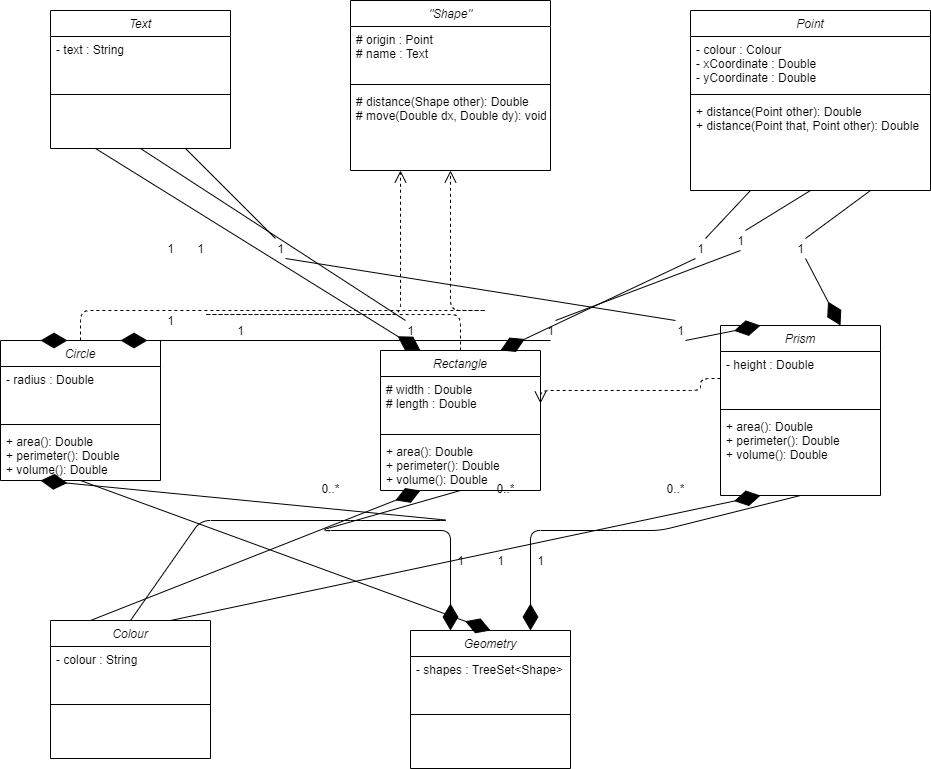
TheJade/ENSF409 keeps this draw.io diagram as Lab4/exercise1/UMLexercise1.png. Above is the earlier version. Source tidied: cells renumbered, new cells last; positions are measured from the earlier drawing's top-left corner, leaving out a move shared by most shapes.
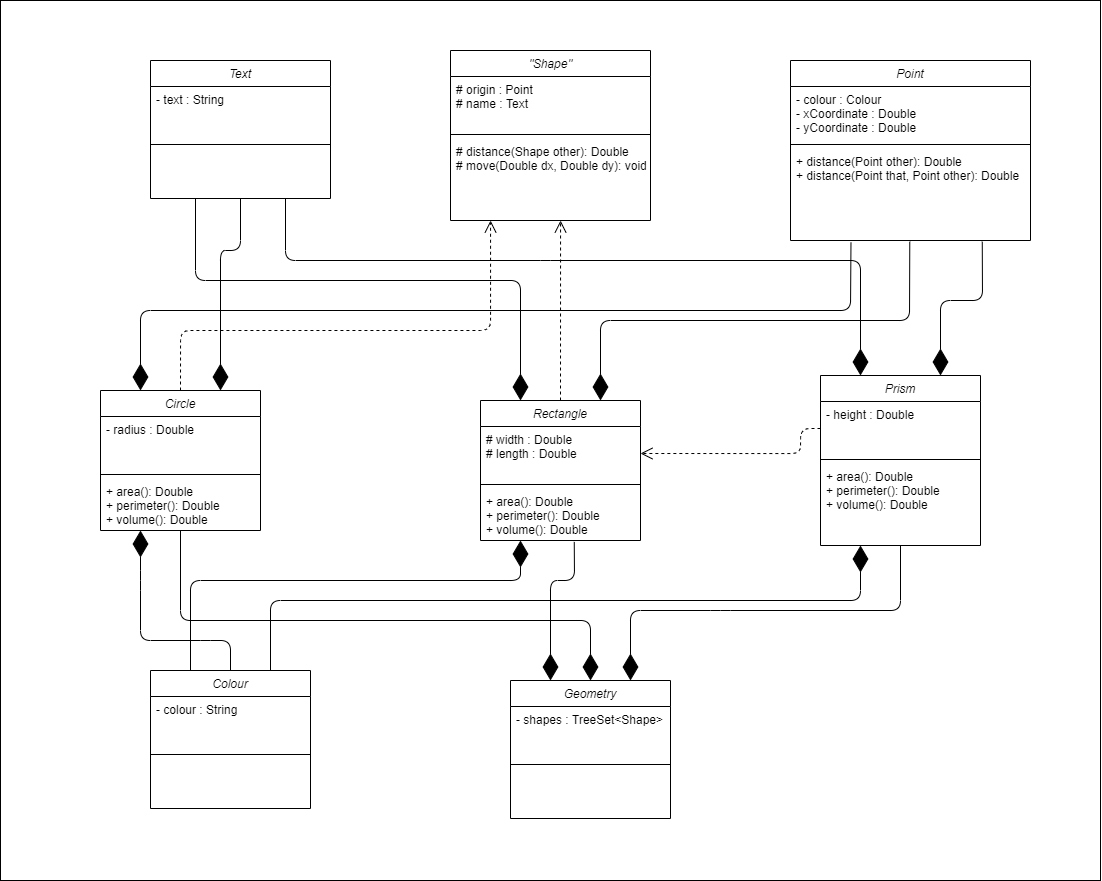
After the commit.

Change to the diagram source:
```diff
@@ -2,6 +2,9 @@
   <root>
     <mxCell id="0" />
     <mxCell id="1" parent="0" />
+    <mxCell id="72" style="rounded=0;whiteSpace=wrap;html=1;" parent="1" vertex="1">
+      <mxGeometry x="-100" y="-50" width="1100" height="880" as="geometry" />
+    </mxCell>
     <mxCell id="2" value="Circle" style="swimlane;fontStyle=2;align=center;verticalAlign=top;horizontal=1;startSize=26;rounded=0;shadow=0;strokeWidth=1;" parent="1" vertex="1">
       <mxGeometry y="340" width="160" height="140" as="geometry" />
     </mxCell>
@@ -95,19 +98,21 @@
     <mxCell id="32" style="line;html=1;strokeWidth=1;align=left;verticalAlign=middle;spacingTop=-1;spacingLeft=3;spacingRight=3;labelPosition=right;" parent="30" vertex="1">
       <mxGeometry y="80" width="180" height="8" as="geometry" />
     </mxCell>
-    <mxCell id="33" style="endArrow=open;dashed=1;html=1;exitX=0.5;exitY=0;exitDx=0;exitDy=0;edgeStyle=orthogonalEdgeStyle;endFill=0;startSize=6;endSize=10;entryX=0.25;entryY=1;entryDx=0;entryDy=0;" parent="1" edge="1" source="22" target="26">
+    <mxCell id="33" style="endArrow=open;dashed=1;html=1;exitX=0.5;exitY=0;exitDx=0;exitDy=0;edgeStyle=orthogonalEdgeStyle;endFill=0;startSize=6;endSize=10;" parent="1" edge="1" source="22">
       <mxGeometry relative="1" as="geometry">
+        <mxPoint x="460" y="170" as="targetPoint" />
         <Array as="points">
-          <mxPoint x="200" y="314" />
-          <mxPoint x="440" y="314" />
+          <mxPoint x="460" y="170" />
         </Array>
       </mxGeometry>
     </mxCell>
-    <mxCell id="34" style="endArrow=open;dashed=1;html=1;exitX=0.5;exitY=0;exitDx=0;exitDy=0;edgeStyle=orthogonalEdgeStyle;endFill=0;startSize=6;endSize=10;entryX=0.5;entryY=1;entryDx=0;entryDy=0;" parent="1" edge="1" source="2" target="26">
+    <mxCell id="34" style="endArrow=open;dashed=1;html=1;exitX=0.5;exitY=0;exitDx=0;exitDy=0;edgeStyle=orthogonalEdgeStyle;endFill=0;startSize=6;endSize=10;" parent="1" edge="1" source="2">
       <mxGeometry relative="1" as="geometry">
+        <mxPoint x="390" y="170" as="targetPoint" />
         <Array as="points">
-          <mxPoint x="490" y="310" />
-          <mxPoint x="480" y="310" />
+          <mxPoint x="80" y="280" />
+          <mxPoint x="390" y="280" />
+          <mxPoint x="390" y="170" />
         </Array>
       </mxGeometry>
     </mxCell>
@@ -115,135 +120,109 @@
       <mxGeometry relative="1" as="geometry">
         <Array as="points">
           <mxPoint x="700" y="378" />
-          <mxPoint x="700" y="390" />
-          <mxPoint x="540" y="390" />
+          <mxPoint x="700" y="403" />
         </Array>
       </mxGeometry>
     </mxCell>
-    <mxCell id="36" style="endArrow=diamondThin;endFill=1;endSize=24;html=1;exitX=0.5;exitY=1;exitDx=0;exitDy=0;entryX=0.25;entryY=0;entryDx=0;entryDy=0;" parent="1" edge="1" source="22" target="10">
+    <mxCell id="36" style="endArrow=diamondThin;endFill=1;endSize=24;html=1;exitX=0.586;exitY=1.027;exitDx=0;exitDy=0;entryX=0.25;entryY=0;entryDx=0;entryDy=0;exitPerimeter=0;" parent="1" edge="1" source="25" target="10">
       <mxGeometry relative="1" as="geometry">
         <Array as="points">
-          <mxPoint x="320" y="530" />
+          <mxPoint x="474" y="530" />
           <mxPoint x="450" y="530" />
         </Array>
       </mxGeometry>
     </mxCell>
     <mxCell id="37" style="endArrow=diamondThin;endFill=1;endSize=24;html=1;entryX=0.5;entryY=0;entryDx=0;entryDy=0;exitX=0.5;exitY=1;exitDx=0;exitDy=0;" parent="1" edge="1" source="2" target="10">
-      <mxGeometry relative="1" as="geometry" />
+      <mxGeometry relative="1" as="geometry">
+        <Array as="points">
+          <mxPoint x="80" y="570" />
+          <mxPoint x="490" y="570" />
+        </Array>
+      </mxGeometry>
     </mxCell>
     <mxCell id="38" style="endArrow=diamondThin;endFill=1;endSize=24;html=1;entryX=0.75;entryY=0;entryDx=0;entryDy=0;exitX=0.5;exitY=1;exitDx=0;exitDy=0;" parent="1" edge="1" source="18" target="10">
       <mxGeometry relative="1" as="geometry">
         <Array as="points">
-          <mxPoint x="660" y="530" />
-          <mxPoint x="610" y="530" />
-          <mxPoint x="530" y="530" />
+          <mxPoint x="800" y="560" />
+          <mxPoint x="620" y="560" />
+          <mxPoint x="530" y="560" />
         </Array>
       </mxGeometry>
     </mxCell>
-    <mxCell id="39" value="0..*" style="text;html=1;align=center;verticalAlign=middle;strokeColor=none;" parent="1" vertex="1">
-      <mxGeometry x="315" y="478" width="30" height="20" as="geometry" />
-    </mxCell>
-    <mxCell id="40" value="1" style="text;html=1;align=center;verticalAlign=middle;strokeColor=none;" parent="1" vertex="1">
-      <mxGeometry x="490" y="550" width="20" height="20" as="geometry" />
-    </mxCell>
-    <mxCell id="41" value="0..*" style="text;html=1;align=center;verticalAlign=middle;strokeColor=none;" parent="1" vertex="1">
-      <mxGeometry x="490" y="478" width="30" height="20" as="geometry" />
-    </mxCell>
-    <mxCell id="42" value="0..*" style="text;html=1;align=center;verticalAlign=middle;strokeColor=none;" parent="1" vertex="1">
-      <mxGeometry x="660" y="478" width="30" height="20" as="geometry" />
-    </mxCell>
-    <mxCell id="43" value="1" style="text;html=1;align=center;verticalAlign=middle;strokeColor=none;" parent="1" vertex="1">
-      <mxGeometry x="450" y="550" width="20" height="20" as="geometry" />
-    </mxCell>
-    <mxCell id="44" value="1" style="text;html=1;align=center;verticalAlign=middle;strokeColor=none;" parent="1" vertex="1">
-      <mxGeometry x="530" y="550" width="20" height="20" as="geometry" />
-    </mxCell>
     <mxCell id="45" style="endArrow=diamondThin;endFill=1;endSize=24;html=1;entryX=0.25;entryY=1;entryDx=0;entryDy=0;exitX=0.25;exitY=0;exitDx=0;exitDy=0;" parent="1" edge="1" source="6" target="22">
-      <mxGeometry relative="1" as="geometry" />
+      <mxGeometry relative="1" as="geometry">
+        <Array as="points">
+          <mxPoint x="90" y="530" />
+          <mxPoint x="420" y="530" />
+        </Array>
+      </mxGeometry>
     </mxCell>
     <mxCell id="46" style="endArrow=diamondThin;endFill=1;endSize=24;html=1;entryX=0.25;entryY=1;entryDx=0;entryDy=0;exitX=0.5;exitY=0;exitDx=0;exitDy=0;" parent="1" edge="1" source="6" target="2">
       <mxGeometry relative="1" as="geometry">
         <Array as="points">
-          <mxPoint x="200" y="520" />
-          <mxPoint x="350" y="520" />
-          <mxPoint x="450" y="520" />
+          <mxPoint x="130" y="590" />
+          <mxPoint x="100" y="590" />
+          <mxPoint x="40" y="590" />
+          <mxPoint x="40" y="530" />
         </Array>
       </mxGeometry>
     </mxCell>
     <mxCell id="47" style="endArrow=diamondThin;endFill=1;endSize=24;html=1;entryX=0.25;entryY=1;entryDx=0;entryDy=0;exitX=0.75;exitY=0;exitDx=0;exitDy=0;" parent="1" edge="1" source="6" target="18">
-      <mxGeometry relative="1" as="geometry" />
+      <mxGeometry relative="1" as="geometry">
+        <Array as="points">
+          <mxPoint x="170" y="550" />
+          <mxPoint x="760" y="550" />
+        </Array>
+      </mxGeometry>
     </mxCell>
-    <mxCell id="48" style="endArrow=diamondThin;endFill=1;endSize=24;html=1;entryX=0.75;entryY=0;entryDx=0;entryDy=0;exitX=0.75;exitY=1;exitDx=0;exitDy=0;startArrow=none;" parent="1" edge="1" source="62" target="18">
-      <mxGeometry relative="1" as="geometry" />
+    <mxCell id="48" style="endArrow=diamondThin;endFill=1;endSize=24;html=1;entryX=0.75;entryY=0;entryDx=0;entryDy=0;startArrow=none;exitX=0.799;exitY=1.013;exitDx=0;exitDy=0;exitPerimeter=0;" parent="1" edge="1" source="17" target="18">
+      <mxGeometry relative="1" as="geometry">
+        <Array as="points">
+          <mxPoint x="882" y="250" />
+          <mxPoint x="840" y="250" />
+        </Array>
+      </mxGeometry>
     </mxCell>
-    <mxCell id="49" style="endArrow=diamondThin;endFill=1;endSize=24;html=1;entryX=0.75;entryY=0;entryDx=0;entryDy=0;exitX=0.5;exitY=1;exitDx=0;exitDy=0;startArrow=none;" parent="1" edge="1" source="68" target="2">
-      <mxGeometry relative="1" as="geometry" />
+    <mxCell id="49" style="endArrow=diamondThin;endFill=1;endSize=24;html=1;entryX=0.75;entryY=0;entryDx=0;entryDy=0;startArrow=none;exitX=0.5;exitY=1;exitDx=0;exitDy=0;" parent="1" edge="1" source="30" target="2">
+      <mxGeometry relative="1" as="geometry">
+        <Array as="points">
+          <mxPoint x="140" y="200" />
+          <mxPoint x="120" y="200" />
+        </Array>
+      </mxGeometry>
     </mxCell>
-    <mxCell id="50" style="endArrow=diamondThin;endFill=1;endSize=24;html=1;entryX=0.75;entryY=0;entryDx=0;entryDy=0;exitX=0.25;exitY=1;exitDx=0;exitDy=0;startArrow=none;" parent="1" edge="1" source="70" target="22">
-      <mxGeometry relative="1" as="geometry" />
+    <mxCell id="50" style="endArrow=diamondThin;endFill=1;endSize=24;html=1;entryX=0.75;entryY=0;entryDx=0;entryDy=0;exitX=0.497;exitY=1.013;exitDx=0;exitDy=0;startArrow=none;exitPerimeter=0;" parent="1" edge="1" source="17" target="22">
+      <mxGeometry relative="1" as="geometry">
+        <Array as="points">
+          <mxPoint x="809" y="270" />
+          <mxPoint x="500" y="270" />
+        </Array>
+      </mxGeometry>
     </mxCell>
     <mxCell id="51" style="endArrow=diamondThin;endFill=1;endSize=24;html=1;exitX=0.25;exitY=1;exitDx=0;exitDy=0;entryX=0.25;entryY=0;entryDx=0;entryDy=0;" parent="1" edge="1" source="30" target="22">
-      <mxGeometry relative="1" as="geometry" />
+      <mxGeometry relative="1" as="geometry">
+        <Array as="points">
+          <mxPoint x="95" y="230" />
+          <mxPoint x="420" y="230" />
+        </Array>
+      </mxGeometry>
     </mxCell>
-    <mxCell id="52" style="endArrow=diamondThin;endFill=1;endSize=24;html=1;exitX=0.5;exitY=1;exitDx=0;exitDy=0;entryX=0.25;entryY=0;entryDx=0;entryDy=0;startArrow=none;" parent="1" edge="1" source="66" target="2">
-      <mxGeometry relative="1" as="geometry" />
+    <mxCell id="52" style="endArrow=diamondThin;endFill=1;endSize=24;html=1;entryX=0.25;entryY=0;entryDx=0;entryDy=0;startArrow=none;exitX=0.252;exitY=1.023;exitDx=0;exitDy=0;exitPerimeter=0;" parent="1" edge="1" source="17" target="2">
+      <mxGeometry relative="1" as="geometry">
+        <Array as="points">
+          <mxPoint x="750" y="260" />
+          <mxPoint x="40" y="260" />
+        </Array>
+      </mxGeometry>
     </mxCell>
-    <mxCell id="53" style="endArrow=diamondThin;endFill=1;endSize=24;html=1;exitX=0.75;exitY=1;exitDx=0;exitDy=0;entryX=0.25;entryY=0;entryDx=0;entryDy=0;startArrow=none;" parent="1" edge="1" source="64" target="18">
-      <mxGeometry relative="1" as="geometry" />
+    <mxCell id="53" style="endArrow=diamondThin;endFill=1;endSize=24;html=1;exitX=0.75;exitY=1;exitDx=0;exitDy=0;entryX=0.25;entryY=0;entryDx=0;entryDy=0;startArrow=none;" parent="1" edge="1" source="30" target="18">
+      <mxGeometry relative="1" as="geometry">
+        <Array as="points">
+          <mxPoint x="185" y="210" />
+          <mxPoint x="450" y="210" />
+          <mxPoint x="760" y="210" />
+        </Array>
+      </mxGeometry>
     </mxCell>
-    <mxCell id="54" value="1" style="text;html=1;align=center;verticalAlign=middle;strokeColor=none;" parent="1" vertex="1">
-      <mxGeometry x="160" y="238" width="20" height="20" as="geometry" />
-    </mxCell>
-    <mxCell id="55" value="1" style="text;html=1;align=center;verticalAlign=middle;strokeColor=none;" parent="1" vertex="1">
-      <mxGeometry x="160" y="310" width="20" height="20" as="geometry" />
-    </mxCell>
-    <mxCell id="56" value="1" style="text;html=1;align=center;verticalAlign=middle;strokeColor=none;" parent="1" vertex="1">
-      <mxGeometry x="230" y="320" width="20" height="20" as="geometry" />
-    </mxCell>
-    <mxCell id="57" value="1" style="text;html=1;align=center;verticalAlign=middle;strokeColor=none;" parent="1" vertex="1">
-      <mxGeometry x="190" y="238" width="20" height="20" as="geometry" />
-    </mxCell>
-    <mxCell id="58" value="1" style="text;html=1;align=center;verticalAlign=middle;points=[];strokeColor=none;" parent="1" vertex="1">
-      <mxGeometry x="270" y="238" width="20" height="20" as="geometry" />
-    </mxCell>
-    <mxCell id="59" style="endArrow=none;endFill=1;endSize=24;html=1;exitX=0.75;exitY=1;exitDx=0;exitDy=0;entryX=0.25;entryY=0;entryDx=0;entryDy=0;" parent="1" edge="1" source="30" target="58">
-      <mxGeometry relative="1" as="geometry" />
-    </mxCell>
-    <mxCell id="60" value="1" style="text;html=1;align=center;verticalAlign=middle;points=[];strokeColor=none;" parent="1" vertex="1">
-      <mxGeometry x="730" y="230" width="20" height="20" as="geometry" />
-    </mxCell>
-    <mxCell id="61" style="endArrow=none;endFill=1;endSize=24;html=1;entryX=0.75;entryY=0;entryDx=0;entryDy=0;exitX=0.5;exitY=1;exitDx=0;exitDy=0;" parent="1" edge="1" source="14" target="60">
-      <mxGeometry relative="1" as="geometry" />
-    </mxCell>
-    <mxCell id="62" value="1" style="text;html=1;align=center;verticalAlign=middle;points=[];strokeColor=none;" parent="1" vertex="1">
-      <mxGeometry x="790" y="238" width="20" height="20" as="geometry" />
-    </mxCell>
-    <mxCell id="63" style="endArrow=none;endFill=1;endSize=24;html=1;entryX=0.75;entryY=0;entryDx=0;entryDy=0;exitX=0.75;exitY=1;exitDx=0;exitDy=0;" parent="1" edge="1" source="14" target="62">
-      <mxGeometry relative="1" as="geometry" />
-    </mxCell>
-    <mxCell id="64" value="1" style="text;html=1;align=center;verticalAlign=middle;points=[];strokeColor=none;" parent="1" vertex="1">
-      <mxGeometry x="670" y="320" width="20" height="20" as="geometry" />
-    </mxCell>
-    <mxCell id="65" style="endArrow=none;endFill=1;endSize=24;html=1;exitX=0.75;exitY=1;exitDx=0;exitDy=0;entryX=0.25;entryY=0;entryDx=0;entryDy=0;startArrow=none;" parent="1" edge="1" source="58" target="64">
-      <mxGeometry relative="1" as="geometry" />
-    </mxCell>
-    <mxCell id="66" value="1" style="text;html=1;align=center;verticalAlign=middle;points=[];strokeColor=none;" parent="1" vertex="1">
-      <mxGeometry x="400" y="320" width="20" height="20" as="geometry" />
-    </mxCell>
-    <mxCell id="67" style="endArrow=none;endFill=1;endSize=24;html=1;exitX=0.5;exitY=1;exitDx=0;exitDy=0;entryX=0.25;entryY=0;entryDx=0;entryDy=0;" parent="1" edge="1" source="30" target="66">
-      <mxGeometry relative="1" as="geometry" />
-    </mxCell>
-    <mxCell id="68" value="1" style="text;html=1;align=center;verticalAlign=middle;points=[];strokeColor=none;" parent="1" vertex="1">
-      <mxGeometry x="540" y="320" width="20" height="20" as="geometry" />
-    </mxCell>
-    <mxCell id="69" style="endArrow=none;endFill=1;endSize=24;html=1;entryX=0.75;entryY=0;entryDx=0;entryDy=0;exitX=0.5;exitY=1;exitDx=0;exitDy=0;startArrow=none;" parent="1" edge="1" source="60" target="68">
-      <mxGeometry relative="1" as="geometry" />
-    </mxCell>
-    <mxCell id="70" value="1" style="text;html=1;align=center;verticalAlign=middle;points=[];strokeColor=none;" parent="1" vertex="1">
-      <mxGeometry x="690" y="238" width="20" height="20" as="geometry" />
-    </mxCell>
-    <mxCell id="71" style="endArrow=none;endFill=1;endSize=24;html=1;entryX=0.75;entryY=0;entryDx=0;entryDy=0;exitX=0.25;exitY=1;exitDx=0;exitDy=0;" parent="1" edge="1" source="14" target="70">
-      <mxGeometry relative="1" as="geometry" />
-    </mxCell>
   </root>
 </mxGraphModel>
```
